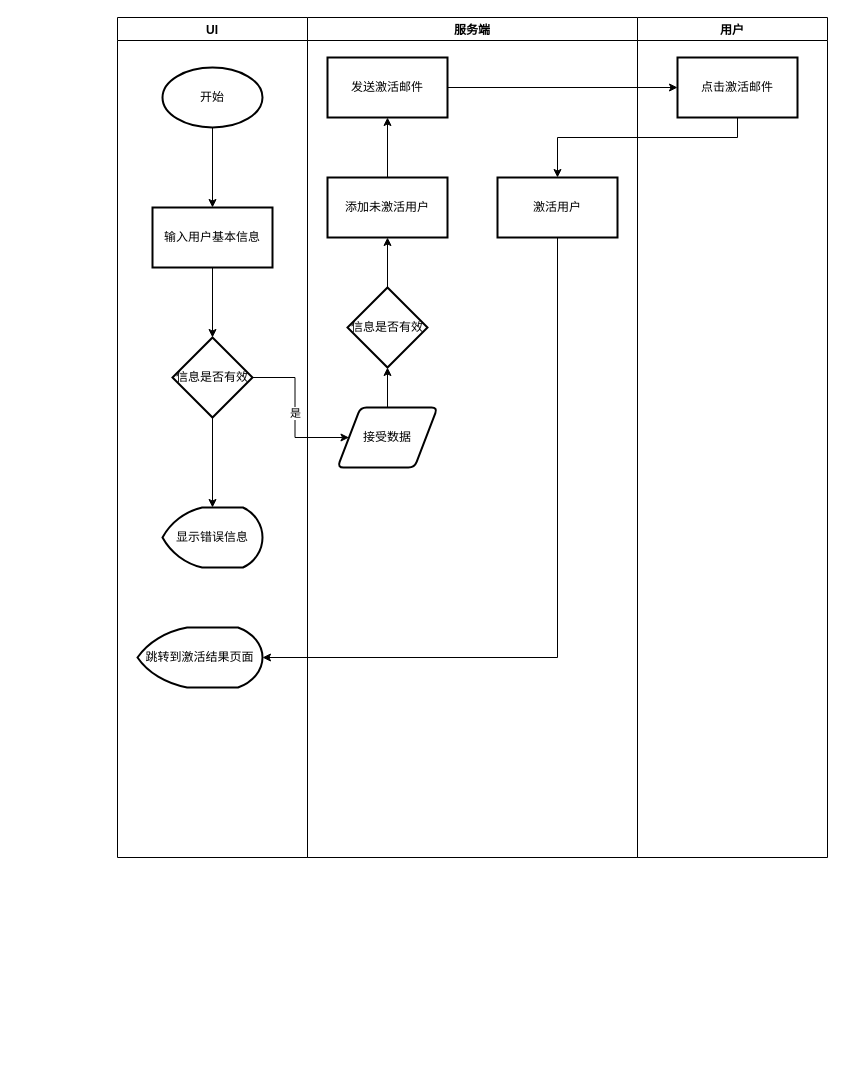
This is page "用户注册流程" (1 of 2) of doc/文件档案管理.drawio from WenBangbbd/FileArvhice, a draw.io file, before an edit. Source tidied: cells renumbered, new cells numbered last; positions are measured from the earlier drawing's top-left corner, leaving out a move shared by most shapes. Both pictures are drawn from the tidied source at 100%, with x=0, y=0 at pixel (117, 17).
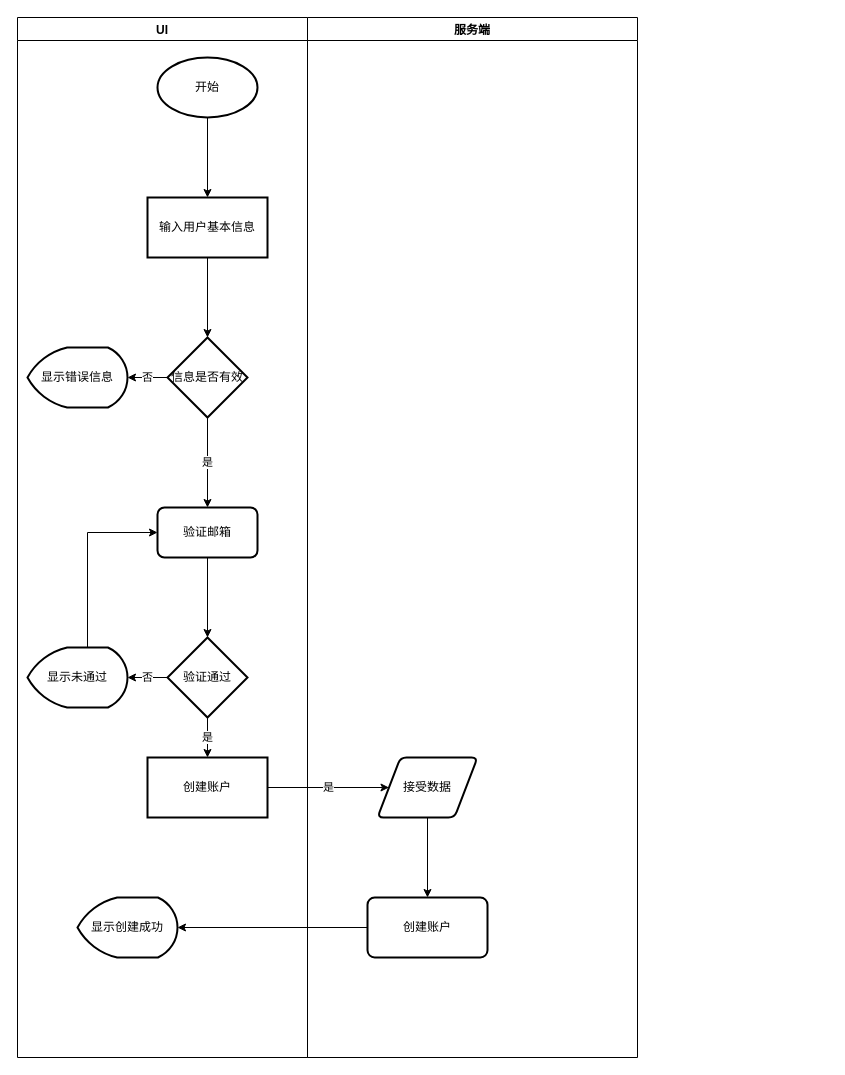
Above is the later version.

Diff of the diagram source:
```diff
@@
     <mxCell id="2" value="UI" style="swimlane;" parent="1" vertex="1">
-      <mxGeometry width="190" height="840" as="geometry" />
+      <mxGeometry x="-100" width="290" height="1040" as="geometry" />
     </mxCell>
     <mxCell id="3" value="开始" style="strokeWidth=2;html=1;shape=mxgraph.flowchart.start_1;whiteSpace=wrap;" parent="2" vertex="1">
-      <mxGeometry x="45" y="50" width="100" height="60" as="geometry" />
+      <mxGeometry x="140" y="40" width="100" height="60" as="geometry" />
     </mxCell>
     <mxCell id="4" value="输入用户基本信息" style="whiteSpace=wrap;html=1;strokeWidth=2;" parent="2" vertex="1">
-      <mxGeometry x="35" y="190" width="120" height="60" as="geometry" />
+      <mxGeometry x="130" y="180" width="120" height="60" as="geometry" />
     </mxCell>
@@
-    <mxCell id="6" style="edgeStyle=orthogonalEdgeStyle;rounded=0;jettySize=auto;html=1;exitX=0.5;exitY=1;exitDx=0;exitDy=0;entryX=0.5;entryY=0;entryDx=0;entryDy=0;entryPerimeter=0;" parent="2" edge="1" source="7" target="9">
+    <mxCell id="6" value="否" style="edgeStyle=orthogonalEdgeStyle;rounded=0;jettySize=auto;html=1;exitX=0;exitY=0.5;exitDx=0;exitDy=0;entryX=1;entryY=0.5;entryDx=0;entryDy=0;entryPerimeter=0;" parent="2" edge="1" source="7" target="9">
       <mxGeometry relative="1" as="geometry" />
     </mxCell>
     <mxCell id="7" value="信息是否有效" style="rhombus;whiteSpace=wrap;html=1;strokeWidth=2;" parent="2" vertex="1">
-      <mxGeometry x="55" y="320" width="80" height="80" as="geometry" />
+      <mxGeometry x="150" y="320" width="80" height="80" as="geometry" />
     </mxCell>
@@
     <mxCell id="9" value="显示错误信息" style="strokeWidth=2;html=1;shape=mxgraph.flowchart.display;whiteSpace=wrap;" parent="2" vertex="1">
-      <mxGeometry x="45" y="490" width="100" height="60" as="geometry" />
+      <mxGeometry x="10" y="330" width="100" height="60" as="geometry" />
     </mxCell>
-    <mxCell id="10" value="跳转到激活结果页面" style="strokeWidth=2;html=1;shape=mxgraph.flowchart.display;whiteSpace=wrap;" parent="2" vertex="1">
-      <mxGeometry x="20" y="610" width="125" height="60" as="geometry" />
-    </mxCell>
+    <mxCell id="26" value="验证邮箱" style="rounded=1;whiteSpace=wrap;html=1;absoluteArcSize=1;arcSize=14;strokeWidth=2;" parent="2" vertex="1">
+      <mxGeometry x="140" y="490" width="100" height="50" as="geometry" />
+    </mxCell>
+    <mxCell id="27" style="edgeStyle=orthogonalEdgeStyle;rounded=0;jettySize=auto;html=1;entryX=0;entryY=0.5;entryDx=0;entryDy=0;" parent="2" edge="1" source="28" target="26">
+      <mxGeometry relative="1" as="geometry">
+        <Array as="points">
+          <mxPoint x="70" y="515" />
+        </Array>
+      </mxGeometry>
+    </mxCell>
+    <mxCell id="28" value="显示未通过" style="strokeWidth=2;html=1;shape=mxgraph.flowchart.display;whiteSpace=wrap;" parent="2" vertex="1">
+      <mxGeometry x="10" y="630" width="100" height="60" as="geometry" />
+    </mxCell>
+    <mxCell id="29" value="创建账户" style="whiteSpace=wrap;html=1;strokeWidth=2;" parent="2" vertex="1">
+      <mxGeometry x="130" y="740" width="120" height="60" as="geometry" />
+    </mxCell>
+    <mxCell id="30" value="显示创建成功" style="strokeWidth=2;html=1;shape=mxgraph.flowchart.display;whiteSpace=wrap;" parent="2" vertex="1">
+      <mxGeometry x="60" y="880" width="100" height="60" as="geometry" />
+    </mxCell>
     <mxCell id="11" value="服务端" style="swimlane;" parent="1" vertex="1">
-      <mxGeometry x="190" width="330" height="840" as="geometry" />
+      <mxGeometry x="190" width="330" height="1040" as="geometry" />
     </mxCell>
+    <mxCell id="31" style="edgeStyle=orthogonalEdgeStyle;rounded=0;jettySize=auto;html=1;" parent="11" edge="1" source="12" target="32">
+      <mxGeometry relative="1" as="geometry" />
+    </mxCell>
     <mxCell id="12" value="接受数据" style="shape=parallelogram;html=1;strokeWidth=2;perimeter=parallelogramPerimeter;whiteSpace=wrap;rounded=1;arcSize=12;size=0.23;" parent="11" vertex="1">
-      <mxGeometry x="30" y="390" width="100" height="60" as="geometry" />
+      <mxGeometry x="70" y="740" width="100" height="60" as="geometry" />
     </mxCell>
-    <mxCell id="13" value="添加未激活用户" style="whiteSpace=wrap;html=1;strokeWidth=2;" parent="11" vertex="1">
-      <mxGeometry x="20" y="160" width="120" height="60" as="geometry" />
-    </mxCell>
-    <mxCell id="14" value="信息是否有效" style="rhombus;whiteSpace=wrap;html=1;strokeWidth=2;" parent="11" vertex="1">
-      <mxGeometry x="40" y="270" width="80" height="80" as="geometry" />
-    </mxCell>
-    <mxCell id="15" style="edgeStyle=orthogonalEdgeStyle;rounded=0;jettySize=auto;html=1;" parent="11" edge="1" source="14" target="13">
-      <mxGeometry relative="1" as="geometry" />
-    </mxCell>
-    <mxCell id="16" style="edgeStyle=orthogonalEdgeStyle;rounded=0;jettySize=auto;html=1;exitX=0.5;exitY=0;exitDx=0;exitDy=0;" parent="11" edge="1" source="12" target="14">
-      <mxGeometry relative="1" as="geometry" />
-    </mxCell>
-    <mxCell id="17" value="发送激活邮件" style="whiteSpace=wrap;html=1;strokeWidth=2;" parent="11" vertex="1">
-      <mxGeometry x="20" y="40" width="120" height="60" as="geometry" />
-    </mxCell>
-    <mxCell id="18" style="edgeStyle=orthogonalEdgeStyle;rounded=0;jettySize=auto;html=1;" parent="11" edge="1" source="13" target="17">
-      <mxGeometry relative="1" as="geometry" />
-    </mxCell>
-    <mxCell id="19" value="激活用户" style="whiteSpace=wrap;html=1;strokeWidth=2;" parent="11" vertex="1">
-      <mxGeometry x="190" y="160" width="120" height="60" as="geometry" />
-    </mxCell>
+    <mxCell id="32" value="创建账户" style="whiteSpace=wrap;html=1;rounded=1;strokeWidth=2;arcSize=12;" parent="11" vertex="1">
+      <mxGeometry x="60" y="880" width="120" height="60" as="geometry" />
+    </mxCell>
-    <mxCell id="20" value="是" style="edgeStyle=orthogonalEdgeStyle;rounded=0;jettySize=auto;html=1;entryX=0;entryY=0.5;entryDx=0;entryDy=0;" parent="1" edge="1" source="7" target="12">
+    <mxCell id="20" value="是" style="edgeStyle=orthogonalEdgeStyle;rounded=0;jettySize=auto;html=1;entryX=0;entryY=0.5;entryDx=0;entryDy=0;exitX=1;exitY=0.5;exitDx=0;exitDy=0;" parent="1" edge="1" source="29" target="12">
       <mxGeometry relative="1" as="geometry" />
     </mxCell>
-    <mxCell id="21" value="用户" style="swimlane;" parent="1" vertex="1">
-      <mxGeometry x="520" width="190" height="840" as="geometry" />
-    </mxCell>
-    <mxCell id="22" value="点击激活邮件" style="whiteSpace=wrap;html=1;strokeWidth=2;" parent="21" vertex="1">
-      <mxGeometry x="40" y="40" width="120" height="60" as="geometry" />
-    </mxCell>
-    <mxCell id="23" style="edgeStyle=orthogonalEdgeStyle;rounded=0;jettySize=auto;html=1;" parent="1" edge="1" source="17" target="22">
-      <mxGeometry relative="1" as="geometry" />
-    </mxCell>
-    <mxCell id="24" style="edgeStyle=orthogonalEdgeStyle;rounded=0;jettySize=auto;html=1;" parent="1" edge="1" source="22" target="19">
-      <mxGeometry relative="1" as="geometry">
-        <Array as="points">
-          <mxPoint x="620" y="120" />
-          <mxPoint x="440" y="120" />
-        </Array>
-      </mxGeometry>
-    </mxCell>
-    <mxCell id="25" style="edgeStyle=orthogonalEdgeStyle;rounded=0;jettySize=auto;html=1;entryX=1;entryY=0.5;entryDx=0;entryDy=0;entryPerimeter=0;" parent="1" edge="1" source="19" target="10">
-      <mxGeometry relative="1" as="geometry">
-        <Array as="points">
-          <mxPoint x="440" y="640" />
-        </Array>
-      </mxGeometry>
-    </mxCell>
+    <mxCell id="33" style="edgeStyle=orthogonalEdgeStyle;rounded=0;jettySize=auto;html=1;exitX=0.5;exitY=1;exitDx=0;exitDy=0;" parent="1" edge="1" source="26" target="37">
+      <mxGeometry relative="1" as="geometry" />
+    </mxCell>
+    <mxCell id="34" value="是" style="edgeStyle=orthogonalEdgeStyle;rounded=0;jettySize=auto;html=1;" parent="1" edge="1" source="7">
+      <mxGeometry relative="1" as="geometry">
+        <mxPoint x="90" y="490" as="targetPoint" />
+      </mxGeometry>
+    </mxCell>
+    <mxCell id="35" value="否" style="edgeStyle=orthogonalEdgeStyle;rounded=0;jettySize=auto;html=1;exitX=0;exitY=0.5;exitDx=0;exitDy=0;entryX=1;entryY=0.5;entryDx=0;entryDy=0;entryPerimeter=0;" parent="1" edge="1" source="37" target="28">
+      <mxGeometry relative="1" as="geometry" />
+    </mxCell>
+    <mxCell id="36" value="是" style="edgeStyle=orthogonalEdgeStyle;rounded=0;jettySize=auto;html=1;" parent="1" edge="1" source="37" target="29">
+      <mxGeometry relative="1" as="geometry" />
+    </mxCell>
+    <mxCell id="37" value="验证通过" style="rhombus;whiteSpace=wrap;html=1;strokeWidth=2;" parent="1" vertex="1">
+      <mxGeometry x="50" y="620" width="80" height="80" as="geometry" />
+    </mxCell>
+    <mxCell id="38" style="edgeStyle=orthogonalEdgeStyle;rounded=0;jettySize=auto;html=1;" parent="1" edge="1" source="32">
+      <mxGeometry relative="1" as="geometry">
+        <mxPoint x="60" y="910" as="targetPoint" />
+      </mxGeometry>
+    </mxCell>
```
